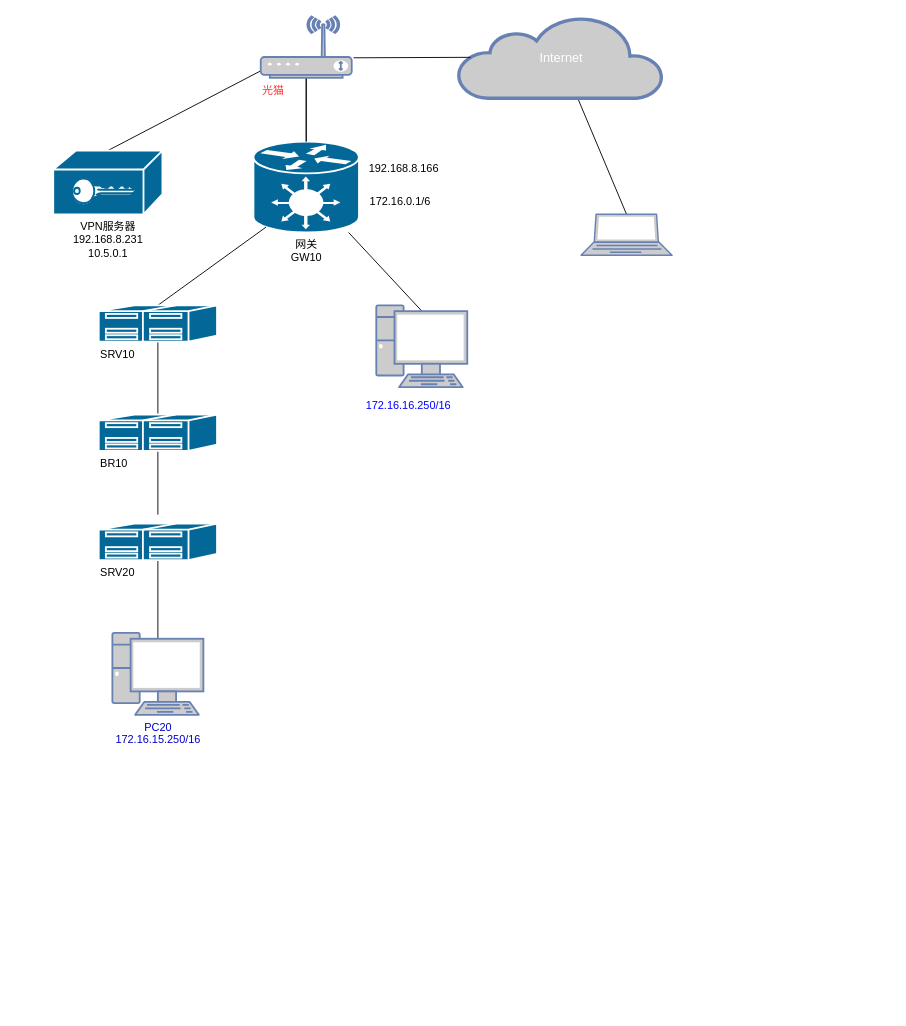
Earlier version of the draw.io diagram Untitled Diagram.drawio (LockeJet/dopamineplz.github.io). Source tidied: cells renumbered, new cells numbered last; positions are measured from the earlier drawing's top-left corner, leaving out a move shared by most shapes. Both pictures are drawn from the tidied source at 91%, with x=0, y=0 at pixel (53, 15).
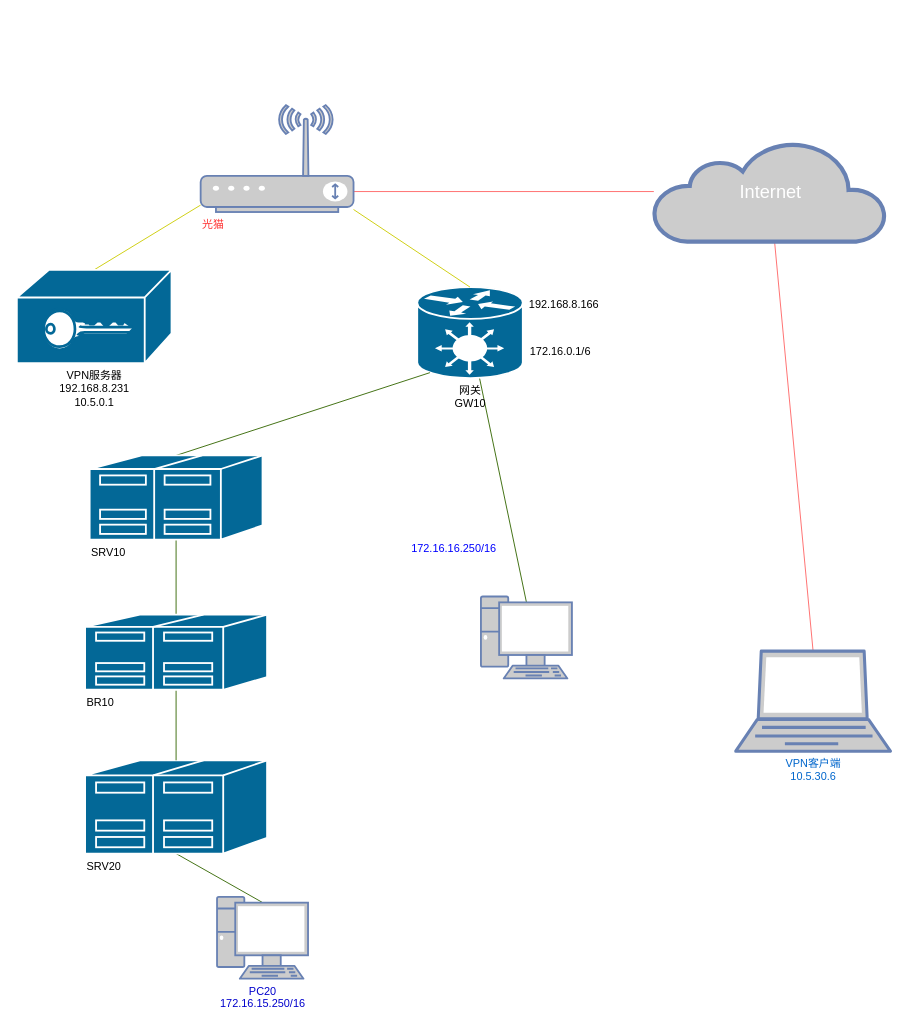
After the change.

Diff of the diagram source:
```diff
@@
-    <mxCell id="2" style="edgeStyle=none;rounded=0;sketch=0;jettySize=auto;html=1;exitX=0.5;exitY=0;exitDx=0;exitDy=0;exitPerimeter=0;shadow=0;startArrow=oval;startFill=1;startSize=0;endArrow=oval;endFill=1;endSize=0;strokeColor=#000000;fontFamily=Helvetica;fontSize=12;" parent="1" edge="1" source="3" target="6">
+    <mxCell id="2" style="edgeStyle=none;rounded=0;sketch=0;jettySize=auto;html=1;exitX=0.5;exitY=0;exitDx=0;exitDy=0;exitPerimeter=0;shadow=0;startArrow=oval;startFill=1;startSize=0;endArrow=oval;endFill=1;endSize=0;fontFamily=Helvetica;fontSize=12;strokeColor=#FF6666;" parent="1" edge="1" source="3" target="6">
       <mxGeometry relative="1" as="geometry" />
     </mxCell>
-    <mxCell id="3" style="fontColor=#0066CC;verticalAlign=top;verticalLabelPosition=bottom;labelPosition=center;align=center;html=1;outlineConnect=0;fillColor=#CCCCCC;strokeColor=#6881B3;gradientColor=none;gradientDirection=north;strokeWidth=2;shape=mxgraph.networks.laptop;" parent="1" vertex="1">
-      <mxGeometry x="580" y="218" width="100" height="45" as="geometry" />
+    <mxCell id="3" value="&lt;div&gt;VPN客户端&lt;/div&gt;&lt;div&gt;10.5.30.6&lt;br&gt;&lt;/div&gt;" style="fontColor=#0066CC;verticalAlign=top;verticalLabelPosition=bottom;labelPosition=center;align=center;html=1;outlineConnect=0;fillColor=#CCCCCC;strokeColor=#6881B3;gradientColor=none;gradientDirection=north;strokeWidth=2;shape=mxgraph.networks.laptop;" parent="1" vertex="1">
+      <mxGeometry x="750" y="698" width="170" height="110" as="geometry" />
     </mxCell>
-    <mxCell id="4" style="jettySize=auto;html=1;exitX=0.5;exitY=0.07;exitDx=0;exitDy=0;exitPerimeter=0;endArrow=oval;endFill=1;shadow=0;sketch=0;rounded=0;endSize=0;startSize=0;startArrow=oval;startFill=1;" parent="1" edge="1" source="5" target="7">
+    <mxCell id="4" style="jettySize=auto;html=1;exitX=0.5;exitY=0.07;exitDx=0;exitDy=0;exitPerimeter=0;endArrow=oval;endFill=1;shadow=0;sketch=0;rounded=0;endSize=0;startSize=0;startArrow=oval;startFill=1;strokeColor=#336600;" parent="1" edge="1" source="5" target="7">
       <mxGeometry relative="1" as="geometry" />
     </mxCell>
     <mxCell id="5" style="fontColor=#0066CC;verticalAlign=top;verticalLabelPosition=bottom;labelPosition=center;align=center;html=1;outlineConnect=0;fillColor=#CCCCCC;strokeColor=#6881B3;gradientColor=none;gradientDirection=north;strokeWidth=2;shape=mxgraph.networks.pc;" parent="1" vertex="1">
-      <mxGeometry x="355" y="318" width="100" height="90" as="geometry" />
+      <mxGeometry x="470" y="638" width="100" height="90" as="geometry" />
     </mxCell>
-    <mxCell id="6" value="&lt;font style=&quot;font-size: 14px&quot;&gt;Internet&lt;/font&gt;" style="html=1;outlineConnect=0;fillColor=#CCCCCC;strokeColor=#6881B3;gradientColor=none;gradientDirection=north;strokeWidth=2;shape=mxgraph.networks.cloud;fontColor=#ffffff;" parent="1" vertex="1">
-      <mxGeometry x="445" y="0.5" width="225" height="90" as="geometry" />
+    <mxCell id="6" value="&lt;font style=&quot;font-size: 20px&quot;&gt;Internet&lt;/font&gt;" style="html=1;outlineConnect=0;fillColor=#CCCCCC;strokeColor=#6881B3;gradientColor=none;gradientDirection=north;strokeWidth=2;shape=mxgraph.networks.cloud;fontColor=#ffffff;" parent="1" vertex="1">
+      <mxGeometry x="660" y="138" width="255" height="110" as="geometry" />
     </mxCell>
     <mxCell id="7" value="&lt;div&gt;网关&lt;/div&gt;&lt;div&gt;GW10&lt;br&gt;&lt;/div&gt;" style="shape=mxgraph.cisco.hubs_and_gateways.generic_gateway;html=1;dashed=0;fillColor=#036897;strokeColor=#ffffff;strokeWidth=2;verticalLabelPosition=bottom;verticalAlign=top;align=center;outlineConnect=0;" parent="1" vertex="1">
-      <mxGeometry x="220" y="138" width="116" height="100" as="geometry" />
+      <mxGeometry x="400" y="298" width="116" height="100" as="geometry" />
     </mxCell>
-    <mxCell id="8" style="edgeStyle=none;rounded=0;sketch=0;jettySize=auto;html=1;exitX=0.5;exitY=0;exitDx=0;exitDy=0;exitPerimeter=0;shadow=0;startArrow=oval;startFill=1;startSize=0;endArrow=oval;endFill=1;endSize=0;strokeColor=#000000;fontFamily=Helvetica;" parent="1" edge="1" source="9" target="24">
+    <mxCell id="8" style="edgeStyle=none;rounded=0;sketch=0;jettySize=auto;html=1;exitX=0.5;exitY=0;exitDx=0;exitDy=0;exitPerimeter=0;shadow=0;startArrow=oval;startFill=1;startSize=0;endArrow=oval;endFill=1;endSize=0;fontFamily=Helvetica;strokeColor=#CCCC00;" parent="1" edge="1" source="9" target="24">
       <mxGeometry relative="1" as="geometry" />
     </mxCell>
     <mxCell id="9" value="&lt;div&gt;VPN服务器&lt;/div&gt;&lt;div&gt;192.168.8.231&lt;/div&gt;&lt;div&gt;10.5.0.1&lt;br&gt;&lt;/div&gt;" style="shape=mxgraph.cisco.hubs_and_gateways.vpn_gateway;html=1;dashed=0;fillColor=#036897;strokeColor=#ffffff;strokeWidth=2;verticalLabelPosition=bottom;verticalAlign=top;align=center;outlineConnect=0;" parent="1" vertex="1">
-      <mxGeometry y="148" width="120" height="70" as="geometry" />
+      <mxGeometry x="-40" y="279" width="170" height="102.5" as="geometry" />
     </mxCell>
     <mxCell id="10" value="172.16.0.1/6" style="edgeLabel;html=1;align=center;verticalAlign=middle;fontSize=12;" parent="1" vertex="1">
-      <mxGeometry x="380" y="203" as="geometry" />
+      <mxGeometry x="556" y="368" as="geometry" />
     </mxCell>
     <mxCell id="11" value="&lt;div&gt;192.168.8.166&lt;/div&gt;" style="text;html=1;align=center;verticalAlign=middle;fontFamily=Helvetica;" parent="1" vertex="1">
-      <mxGeometry x="340" y="158" width="90" height="20" as="geometry" />
+      <mxGeometry x="516" y="308" width="90" height="20" as="geometry" />
     </mxCell>
-    <mxCell id="12" style="edgeStyle=none;rounded=0;sketch=0;jettySize=auto;html=1;exitX=0.5;exitY=0;exitDx=0;exitDy=0;exitPerimeter=0;entryX=0.12;entryY=0.94;entryDx=0;entryDy=0;entryPerimeter=0;shadow=0;startArrow=oval;startFill=1;startSize=0;endArrow=oval;endFill=1;endSize=0;strokeColor=#000000;" parent="1" edge="1" source="16" target="7">
+    <mxCell id="12" style="edgeStyle=none;rounded=0;sketch=0;jettySize=auto;html=1;exitX=0.5;exitY=0;exitDx=0;exitDy=0;exitPerimeter=0;entryX=0.12;entryY=0.94;entryDx=0;entryDy=0;entryPerimeter=0;shadow=0;startArrow=oval;startFill=1;startSize=0;endArrow=oval;endFill=1;endSize=0;strokeColor=#336600;" parent="1" edge="1" source="16" target="7">
       <mxGeometry relative="1" as="geometry" />
     </mxCell>
-    <mxCell id="13" style="edgeStyle=none;rounded=0;sketch=0;jettySize=auto;html=1;exitX=0.5;exitY=1;exitDx=0;exitDy=0;exitPerimeter=0;entryX=0.5;entryY=0.07;entryDx=0;entryDy=0;entryPerimeter=0;shadow=0;startArrow=oval;startFill=1;startSize=0;endArrow=oval;endFill=1;endSize=0;strokeColor=#000000;" parent="1" edge="1" source="14" target="19">
+    <mxCell id="13" style="edgeStyle=none;rounded=0;sketch=0;jettySize=auto;html=1;exitX=0.5;exitY=1;exitDx=0;exitDy=0;exitPerimeter=0;entryX=0.5;entryY=0.07;entryDx=0;entryDy=0;entryPerimeter=0;shadow=0;startArrow=oval;startFill=1;startSize=0;endArrow=oval;endFill=1;endSize=0;strokeColor=#336600;" parent="1" edge="1" source="14" target="19">
       <mxGeometry relative="1" as="geometry" />
     </mxCell>
     <mxCell id="14" value="&lt;div align=&quot;left&quot;&gt;SRV20&lt;/div&gt;" style="shape=mxgraph.cisco.servers.standard_host;html=1;dashed=0;fillColor=#036897;strokeColor=#ffffff;strokeWidth=2;verticalLabelPosition=bottom;verticalAlign=top;align=left;outlineConnect=0;" parent="1" vertex="1">
-      <mxGeometry x="50" y="558" width="130" height="40" as="geometry" />
+      <mxGeometry x="35" y="818" width="200" height="102.5" as="geometry" />
     </mxCell>
-    <mxCell id="15" style="edgeStyle=none;rounded=0;sketch=0;jettySize=auto;html=1;exitX=0.5;exitY=1;exitDx=0;exitDy=0;exitPerimeter=0;entryX=0.5;entryY=0;entryDx=0;entryDy=0;entryPerimeter=0;shadow=0;startArrow=oval;startFill=1;startSize=0;endArrow=oval;endFill=1;endSize=0;strokeColor=#000000;" parent="1" edge="1" source="16" target="18">
+    <mxCell id="15" style="edgeStyle=none;rounded=0;sketch=0;jettySize=auto;html=1;exitX=0.5;exitY=1;exitDx=0;exitDy=0;exitPerimeter=0;entryX=0.5;entryY=0;entryDx=0;entryDy=0;entryPerimeter=0;shadow=0;startArrow=oval;startFill=1;startSize=0;endArrow=oval;endFill=1;endSize=0;strokeColor=#336600;" parent="1" edge="1" source="16" target="18">
       <mxGeometry relative="1" as="geometry" />
     </mxCell>
     <mxCell id="16" value="&lt;div align=&quot;left&quot;&gt;SRV10&lt;/div&gt;" style="shape=mxgraph.cisco.servers.standard_host;html=1;dashed=0;fillColor=#036897;strokeColor=#ffffff;strokeWidth=2;verticalLabelPosition=bottom;verticalAlign=top;align=left;outlineConnect=0;" parent="1" vertex="1">
-      <mxGeometry x="50" y="318" width="130" height="40" as="geometry" />
+      <mxGeometry x="40" y="483" width="190" height="92.5" as="geometry" />
     </mxCell>
     <mxCell id="17" style="edgeStyle=none;rounded=0;sketch=0;jettySize=auto;html=1;shadow=0;startArrow=oval;startFill=1;startSize=0;endArrow=oval;endFill=1;endSize=0;strokeColor=#000000;" parent="1" edge="1" source="18">
       <mxGeometry relative="1" as="geometry">
-        <mxPoint x="115" y="548" as="targetPoint" />
+        <mxPoint x="165" y="705.5" as="targetPoint" />
       </mxGeometry>
     </mxCell>
+    <mxCell id="25" style="edgeStyle=orthogonalEdgeStyle;rounded=0;sketch=0;jettySize=auto;html=1;exitX=0.5;exitY=1;exitDx=0;exitDy=0;exitPerimeter=0;entryX=0.5;entryY=0;entryDx=0;entryDy=0;entryPerimeter=0;shadow=0;startArrow=oval;startFill=1;startSize=0;endArrow=oval;endFill=1;endSize=0;fontFamily=Helvetica;fontSize=12;fontColor=#FF3333;strokeColor=#336600;" parent="1" edge="1" source="18" target="14">
+      <mxGeometry relative="1" as="geometry" />
+    </mxCell>
     <mxCell id="18" value="&lt;div align=&quot;left&quot;&gt;BR10&lt;/div&gt;" style="shape=mxgraph.cisco.servers.standard_host;html=1;dashed=0;fillColor=#036897;strokeColor=#ffffff;strokeWidth=2;verticalLabelPosition=bottom;verticalAlign=top;align=left;outlineConnect=0;" parent="1" vertex="1">
-      <mxGeometry x="50" y="438" width="130" height="40" as="geometry" />
+      <mxGeometry x="35" y="658" width="200" height="82.5" as="geometry" />
     </mxCell>
     <mxCell id="19" value="&lt;div&gt;PC20&lt;/div&gt;&lt;div&gt;172.16.15.250/16&lt;br&gt;&lt;/div&gt;" style="verticalAlign=top;verticalLabelPosition=bottom;labelPosition=center;align=center;html=1;outlineConnect=0;fillColor=#CCCCCC;strokeColor=#6881B3;gradientColor=none;gradientDirection=north;strokeWidth=2;shape=mxgraph.networks.pc;fontColor=#0000CC;" parent="1" vertex="1">
-      <mxGeometry x="65" y="678" width="100" height="90" as="geometry" />
+      <mxGeometry x="180" y="968" width="100" height="90" as="geometry" />
     </mxCell>
     <mxCell id="20" value="172.16.16.250/16" style="text;html=1;align=center;verticalAlign=middle;fontFamily=Helvetica;fontColor=#0000FF;" parent="1" vertex="1">
-      <mxGeometry x="335" y="418" width="110" height="20" as="geometry" />
+      <mxGeometry x="385" y="575.5" width="110" height="20" as="geometry" />
     </mxCell>
-    <mxCell id="21" style="edgeStyle=none;rounded=0;sketch=0;jettySize=auto;html=1;entryX=0.5;entryY=0;entryDx=0;entryDy=0;entryPerimeter=0;shadow=0;startArrow=oval;startFill=1;startSize=0;endArrow=oval;endFill=1;endSize=0;strokeColor=#000000;fontFamily=Helvetica;" parent="1" edge="1" source="24" target="7">
+    <mxCell id="21" style="edgeStyle=none;rounded=0;sketch=0;jettySize=auto;html=1;entryX=0.5;entryY=0;entryDx=0;entryDy=0;entryPerimeter=0;shadow=0;startArrow=oval;startFill=1;startSize=0;endArrow=oval;endFill=1;endSize=0;fontFamily=Helvetica;strokeColor=#CCCC00;" parent="1" edge="1" source="24" target="7">
       <mxGeometry relative="1" as="geometry" />
     </mxCell>
-    <mxCell id="22" style="edgeStyle=none;rounded=0;sketch=0;jettySize=auto;html=1;shadow=0;startArrow=oval;startFill=1;startSize=0;endArrow=oval;endFill=1;endSize=0;strokeColor=#000000;fontFamily=Helvetica;fontSize=12;entryX=0.06;entryY=0.5;entryDx=0;entryDy=0;entryPerimeter=0;" parent="1" edge="1" target="6">
+    <mxCell id="22" style="edgeStyle=orthogonalEdgeStyle;rounded=0;sketch=0;jettySize=auto;html=1;shadow=0;startArrow=oval;startFill=1;startSize=0;endArrow=oval;endFill=1;endSize=0;fontFamily=Helvetica;fontSize=12;strokeColor=#FF6666;" parent="1" edge="1" target="6">
       <mxGeometry relative="1" as="geometry">
-        <mxPoint x="330" y="46" as="sourcePoint" />
+        <mxPoint x="330" y="199" as="sourcePoint" />
+        <Array as="points">
+          <mxPoint x="330" y="193" />
+        </Array>
       </mxGeometry>
     </mxCell>
-    <mxCell id="23" style="edgeStyle=none;rounded=0;sketch=0;jettySize=auto;html=1;shadow=0;startArrow=oval;startFill=1;startSize=0;endArrow=oval;endFill=1;endSize=0;strokeColor=#000000;fontFamily=Helvetica;fontSize=12;fontColor=#0000CC;" parent="1" edge="1" source="24" target="7">
-      <mxGeometry relative="1" as="geometry" />
-    </mxCell>
     <mxCell id="24" value="&lt;div align=&quot;left&quot;&gt;&lt;font&gt;光猫&lt;br&gt;&lt;/font&gt;&lt;/div&gt;" style="verticalAlign=top;verticalLabelPosition=bottom;labelPosition=center;align=left;html=1;outlineConnect=0;fillColor=#CCCCCC;strokeColor=#6881B3;gradientColor=none;gradientDirection=north;strokeWidth=2;shape=mxgraph.networks.wireless_modem;fontColor=#FF3333;" parent="1" vertex="1">
-      <mxGeometry x="228" y="0.5" width="100" height="67.5" as="geometry" />
+      <mxGeometry x="162" y="98" width="168" height="117.5" as="geometry" />
     </mxCell>
```
